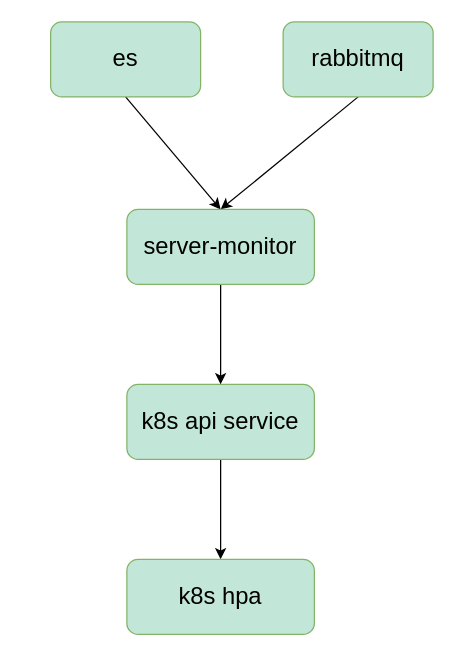
Before: Untitled Diagram.drawio in hfdpx/fictional-sniffle, a draw.io diagram. Source tidied: cells renumbered, new cells numbered last; positions are measured from the earlier drawing's top-left corner, leaving out a move shared by most shapes. Both pictures are drawn from the tidied source at 125%, with x=0, y=0 at pixel (50, 21).
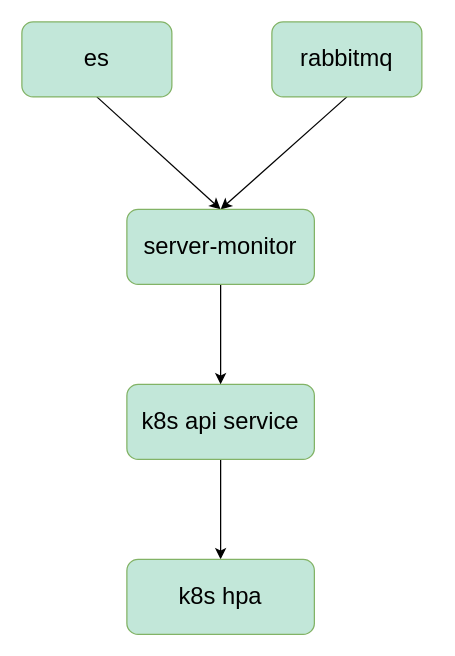
The same diagram, later.

Change to the diagram source:
```diff
@@
 <mxGraphModel>
   <root>
     <mxCell id="0" />
     <mxCell id="1" parent="0" />
-    <mxCell id="2" style="rounded=0;jettySize=auto;html=1;exitX=0.5;exitY=1;exitDx=0;exitDy=0;entryX=0.5;entryY=0;entryDx=0;entryDy=0;" parent="1" edge="1" source="3" target="10">
-      <mxGeometry relative="1" as="geometry" />
+    <mxCell id="2" style="rounded=0;jettySize=auto;html=1;exitX=0.5;exitY=1;exitDx=0;exitDy=0;entryX=0.5;entryY=0;entryDx=0;entryDy=0;" parent="1" edge="1" target="10">
+      <mxGeometry relative="1" as="geometry">
+        <mxPoint x="37" y="60" as="sourcePoint" />
+      </mxGeometry>
     </mxCell>
-    <mxCell id="3" value="es" style="rounded=1;whiteSpace=wrap;html=1;strokeColor=#82b366;fillColor=#C2E7D9;fontFamily=Helvetica;fontSize=19;" parent="1" vertex="1">
-      <mxGeometry width="120" height="60" as="geometry" />
-    </mxCell>
     <mxCell id="4" style="rounded=0;jettySize=auto;html=1;exitX=0.5;exitY=1;exitDx=0;exitDy=0;entryX=0.5;entryY=0;entryDx=0;entryDy=0;" parent="1" edge="1" source="5" target="10">
       <mxGeometry relative="1" as="geometry" />
     </mxCell>
     <mxCell id="5" value="rabbitmq" style="rounded=1;whiteSpace=wrap;html=1;strokeColor=#82b366;fillColor=#C2E7D9;fontFamily=Helvetica;fontSize=19;" parent="1" vertex="1">
-      <mxGeometry x="186" width="120" height="60" as="geometry" />
+      <mxGeometry x="177" width="120" height="60" as="geometry" />
     </mxCell>
     <mxCell id="6" style="edgeStyle=none;rounded=0;jettySize=auto;html=1;exitX=0.5;exitY=1;exitDx=0;exitDy=0;entryX=0.5;entryY=0;entryDx=0;entryDy=0;" parent="1" edge="1" source="7" target="8">
       <mxGeometry relative="1" as="geometry" />
     </mxCell>
     <mxCell id="7" value="k8s api service" style="rounded=1;whiteSpace=wrap;html=1;strokeColor=#82b366;fillColor=#C2E7D9;fontFamily=Helvetica;fontSize=19;" parent="1" vertex="1">
       <mxGeometry x="61" y="290" width="150" height="60" as="geometry" />
     </mxCell>
     <mxCell id="8" value="k8s hpa" style="rounded=1;whiteSpace=wrap;html=1;strokeColor=#82b366;fillColor=#C2E7D9;fontFamily=Helvetica;fontSize=19;" parent="1" vertex="1">
       <mxGeometry x="61" y="430" width="150" height="60" as="geometry" />
     </mxCell>
     <mxCell id="9" style="edgeStyle=none;rounded=0;jettySize=auto;html=1;exitX=0.5;exitY=1;exitDx=0;exitDy=0;" parent="1" edge="1" source="10" target="7">
       <mxGeometry relative="1" as="geometry" />
     </mxCell>
     <mxCell id="10" value="server-monitor" style="rounded=1;whiteSpace=wrap;html=1;strokeColor=#82b366;fillColor=#C2E7D9;fontFamily=Helvetica;fontSize=19;" parent="1" vertex="1">
       <mxGeometry x="61" y="150" width="150" height="60" as="geometry" />
     </mxCell>
+    <mxCell id="3" value="es" style="rounded=1;whiteSpace=wrap;html=1;strokeColor=#82b366;fillColor=#C2E7D9;fontFamily=Helvetica;fontSize=19;" parent="1" vertex="1">
+      <mxGeometry x="-23" width="120" height="60" as="geometry" />
+    </mxCell>
   </root>
 </mxGraphModel>
```
